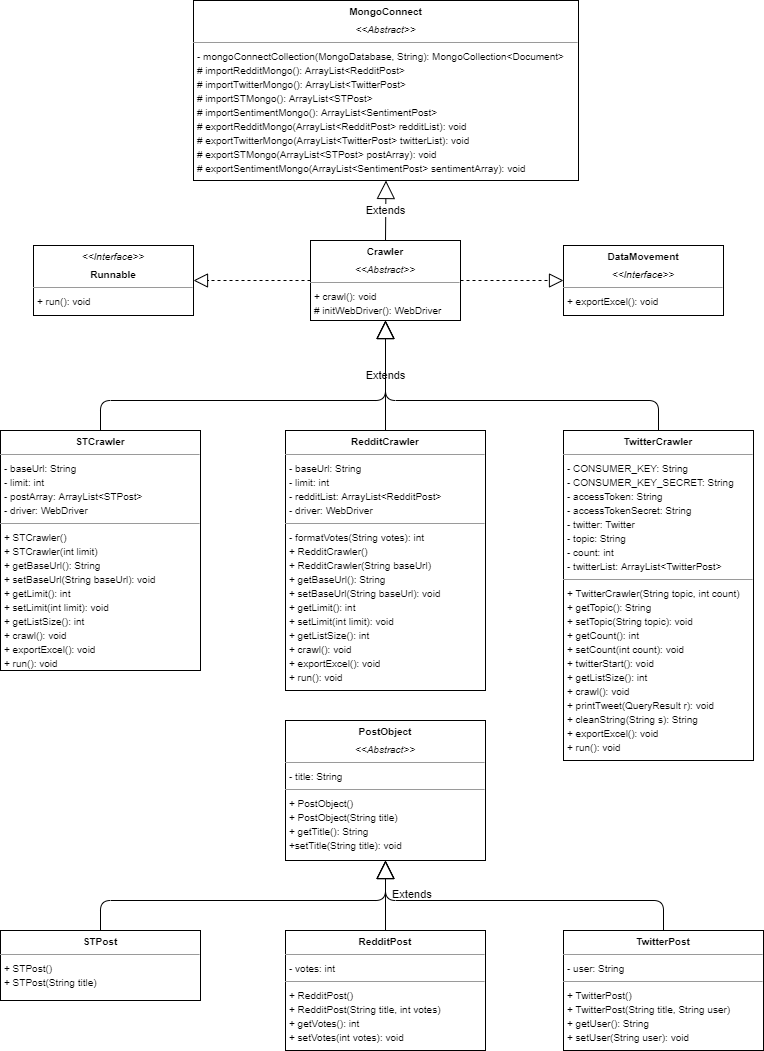
Before: UMLDiagram.png, a diagram exported from draw.io (yxchia98/spooder). Source tidied: cells renumbered, new cells last; positions are measured from the earlier drawing's top-left corner, leaving out a move shared by most shapes.
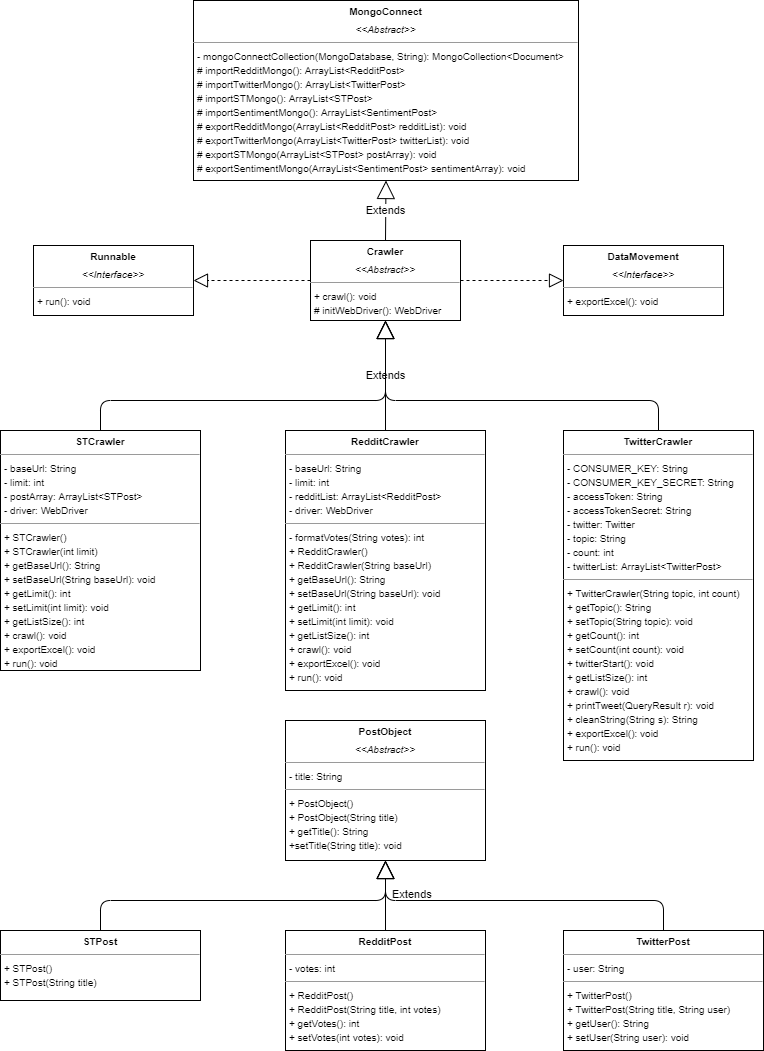
Later version of the same file.

Change to the diagram source:
```diff
@@ -45,7 +45,7 @@
         </Array>
       </mxGeometry>
     </mxCell>
-    <mxCell id="13" value="&lt;p style=&quot;margin: 0px ; margin-top: 4px ; text-align: center&quot;&gt;&lt;font style=&quot;font-size: 10px&quot;&gt;&lt;i&gt;&amp;lt;&amp;lt;Interface&amp;gt;&amp;gt;&lt;/i&gt;&lt;br&gt;&lt;/font&gt;&lt;/p&gt;&lt;p style=&quot;margin: 0px ; margin-top: 4px ; text-align: center&quot;&gt;&lt;b&gt;&lt;font style=&quot;font-size: 10px&quot;&gt;Runnable&lt;/font&gt;&lt;/b&gt;&lt;/p&gt;&lt;hr size=&quot;1&quot;&gt;&lt;p style=&quot;margin: 0px ; margin-left: 4px&quot;&gt;&lt;font style=&quot;font-size: 10px&quot;&gt;+ run(): void&lt;/font&gt;&lt;br&gt;&lt;/p&gt;" style="verticalAlign=top;align=left;overflow=fill;fontSize=12;fontFamily=Helvetica;html=1;rounded=0;shadow=0;comic=0;labelBackgroundColor=none;strokeWidth=1;" parent="1" vertex="1">
+    <mxCell id="13" value="&lt;p style=&quot;margin: 0px ; margin-top: 4px ; text-align: center&quot;&gt;&lt;b&gt;&lt;font style=&quot;font-size: 10px&quot;&gt;Runnable&lt;/font&gt;&lt;/b&gt;&lt;br&gt;&lt;/p&gt;&lt;p style=&quot;margin: 4px 0px 0px ; text-align: center&quot;&gt;&lt;font style=&quot;font-size: 10px&quot;&gt;&lt;i&gt;&amp;lt;&amp;lt;Interface&amp;gt;&amp;gt;&lt;/i&gt;&lt;/font&gt;&lt;/p&gt;&lt;hr size=&quot;1&quot;&gt;&lt;p style=&quot;margin: 0px ; margin-left: 4px&quot;&gt;&lt;font style=&quot;font-size: 10px&quot;&gt;+ run(): void&lt;/font&gt;&lt;br&gt;&lt;/p&gt;" style="verticalAlign=top;align=left;overflow=fill;fontSize=12;fontFamily=Helvetica;html=1;rounded=0;shadow=0;comic=0;labelBackgroundColor=none;strokeWidth=1;" parent="1" vertex="1">
       <mxGeometry x="33" y="245" width="160" height="70" as="geometry" />
     </mxCell>
     <mxCell id="14" style="endArrow=block;dashed=1;endFill=0;endSize=12;html=1;exitX=0;exitY=0.5;exitDx=0;exitDy=0;entryX=1;entryY=0.5;entryDx=0;entryDy=0;" parent="1" edge="1" source="3" target="13">
```
